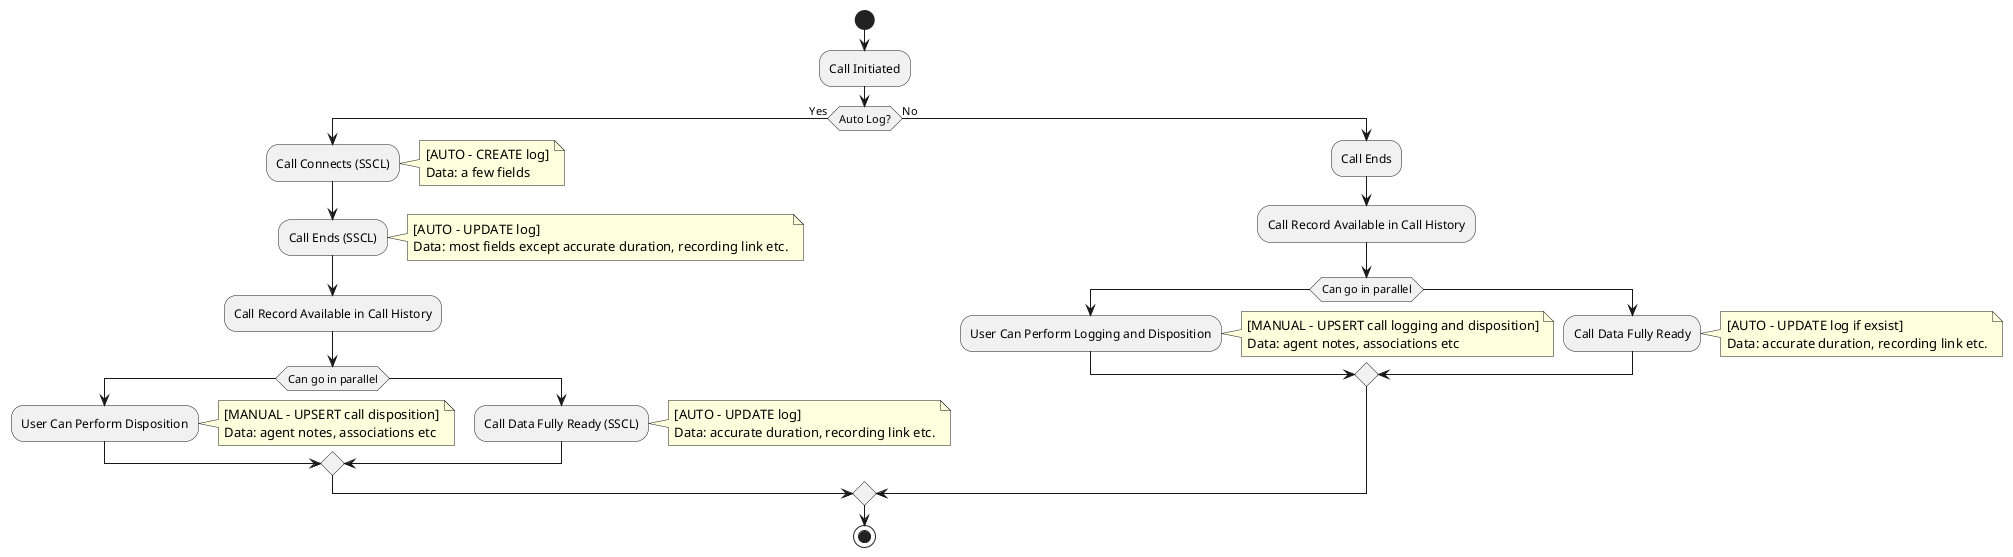
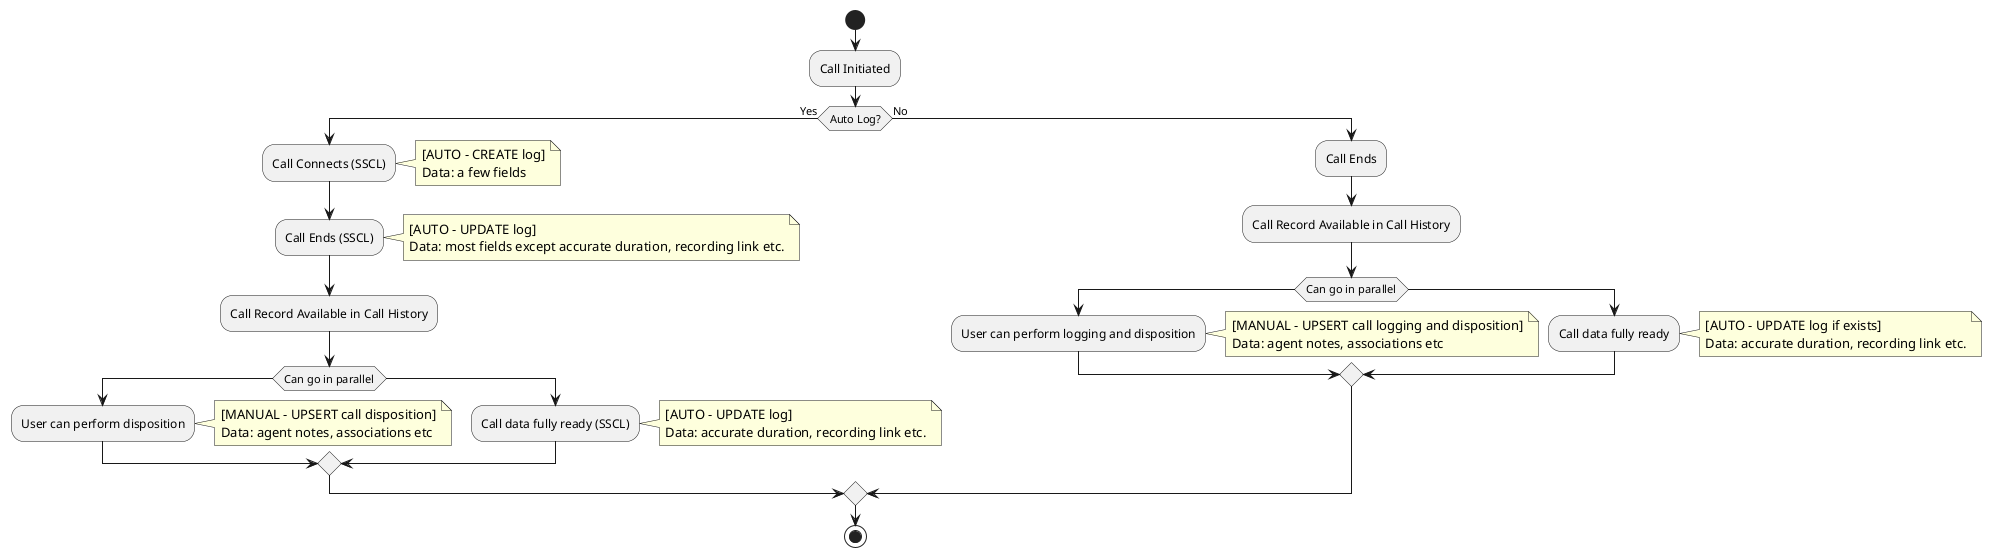
@startuml
start

:Call Initiated;
if (Auto Log?) then (Yes)
  :Call Connects (SSCL);
  note right
    [AUTO - CREATE log]
    Data: a few fields
  end note

  :Call Ends (SSCL);
  note right
    [AUTO - UPDATE log]
    Data: most fields except accurate duration, recording link etc.
  end note

  :Call Record Available in Call History;

    if(Can go in parallel) then ( )
-         :User Can Perform Disposition;
+         :User can perform disposition;
        note right
          [MANUAL - UPSERT call disposition]
          Data: agent notes, associations etc
        end note
    else ( )
-         :Call Data Fully Ready (SSCL);
+         :Call data fully ready (SSCL);
        note right
          [AUTO - UPDATE log]
          Data: accurate duration, recording link etc.
        end note
    endif


else (No)
  :Call Ends;
  :Call Record Available in Call History;
    if(Can go in parallel) then ( )
-         :User Can Perform Logging and Disposition;
+         :User can perform logging and disposition;
        note right
          [MANUAL - UPSERT call logging and disposition]
          Data: agent notes, associations etc
        end note
    else ( )
-         :Call Data Fully Ready;
+         :Call data fully ready;
        note right
-           [AUTO - UPDATE log if exsist]
+           [AUTO - UPDATE log if exists]
          Data: accurate duration, recording link etc.
        end note
    endif
endif

stop
@enduml
